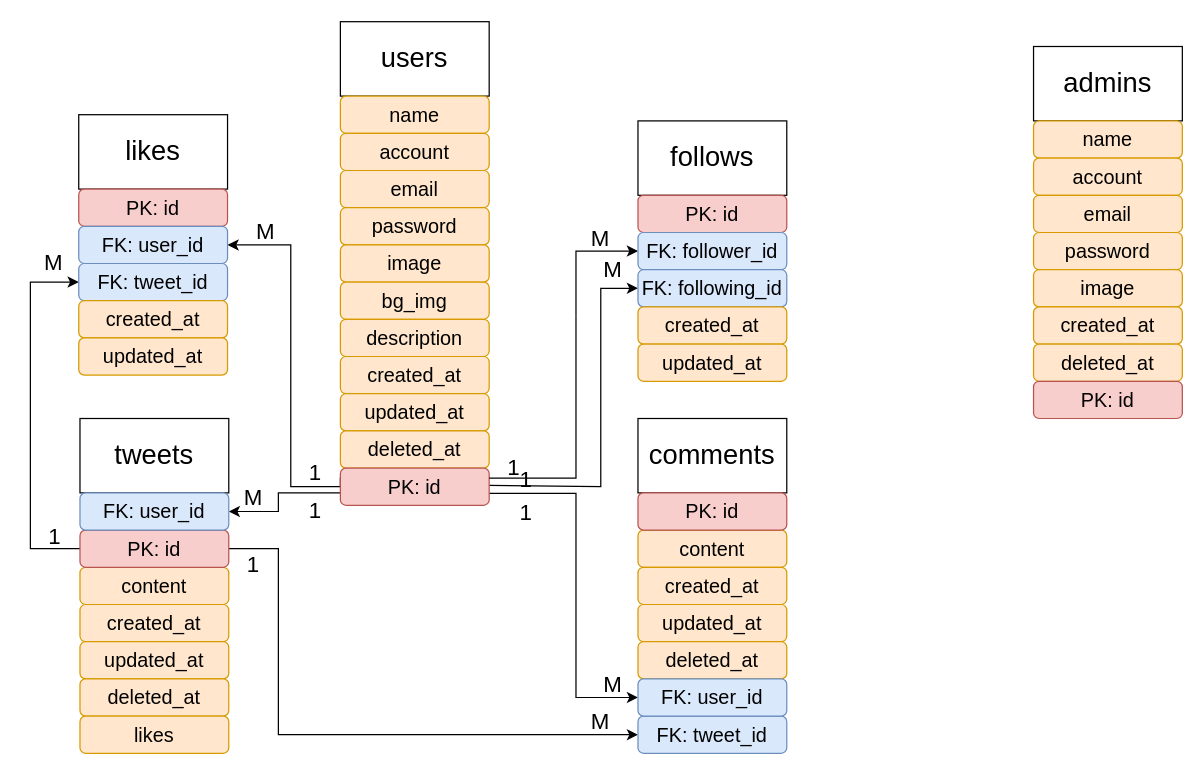
The draw.io diagram page "Simple Twitter" (1 of 3) of AC Diagram.drawio in hazelisles/hazelisles, before the edit. Source tidied: cells renumbered, new cells numbered last; positions are measured from the earlier drawing's top-left corner, leaving out a move shared by most shapes. Both pictures are drawn from the tidied source at 124%, with x=0, y=0 at pixel (29, 21).
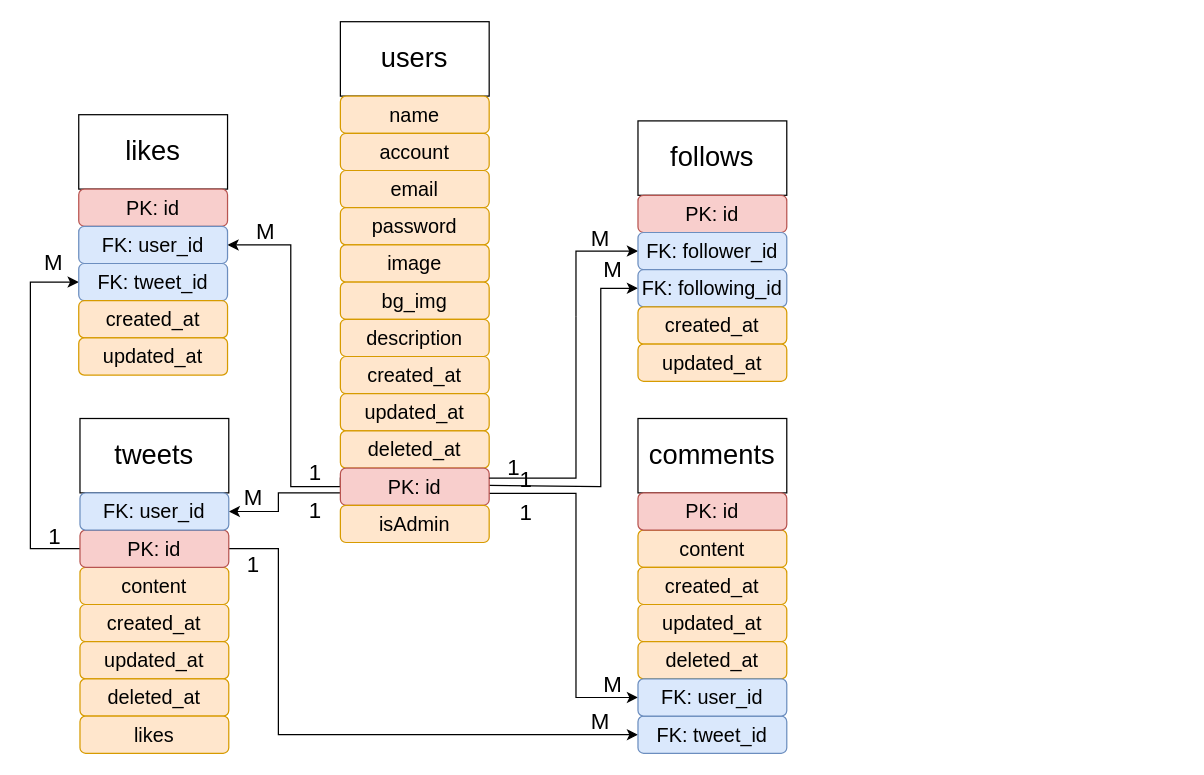
The same diagram, later.

Commit message:
Update AC simple twitter

Diff of the diagram source:
```diff
@@
-    <mxCell id="7" value="&lt;font style=&quot;font-size: 22px&quot;&gt;admins&lt;/font&gt;" style="rounded=0;whiteSpace=wrap;html=1;" parent="1" vertex="1">
-      <mxGeometry x="810" y="20" width="120" height="60" as="geometry" />
-    </mxCell>
@@
-    <mxCell id="18" value="&lt;font style=&quot;font-size: 16px&quot;&gt;name&lt;/font&gt;" style="rounded=1;whiteSpace=wrap;html=1;fillColor=#ffe6cc;strokeColor=#d79b00;" parent="1" vertex="1">
-      <mxGeometry x="810" y="80" width="120" height="30" as="geometry" />
-    </mxCell>
-    <mxCell id="19" value="&lt;font style=&quot;font-size: 16px&quot;&gt;account&lt;/font&gt;" style="rounded=1;whiteSpace=wrap;html=1;fillColor=#ffe6cc;strokeColor=#d79b00;" parent="1" vertex="1">
-      <mxGeometry x="810" y="110" width="120" height="30" as="geometry" />
-    </mxCell>
-    <mxCell id="20" value="&lt;font style=&quot;font-size: 16px&quot;&gt;email&lt;/font&gt;" style="rounded=1;whiteSpace=wrap;html=1;fillColor=#ffe6cc;strokeColor=#d79b00;" parent="1" vertex="1">
-      <mxGeometry x="810" y="140" width="120" height="30" as="geometry" />
-    </mxCell>
-    <mxCell id="21" value="&lt;font style=&quot;font-size: 16px&quot;&gt;password&lt;/font&gt;" style="rounded=1;whiteSpace=wrap;html=1;fillColor=#ffe6cc;strokeColor=#d79b00;" parent="1" vertex="1">
-      <mxGeometry x="810" y="170" width="120" height="30" as="geometry" />
-    </mxCell>
-    <mxCell id="22" value="&lt;font style=&quot;font-size: 16px&quot;&gt;image&lt;/font&gt;" style="rounded=1;whiteSpace=wrap;html=1;fillColor=#ffe6cc;strokeColor=#d79b00;" parent="1" vertex="1">
-      <mxGeometry x="810" y="200" width="120" height="30" as="geometry" />
-    </mxCell>
-    <mxCell id="23" value="&lt;font style=&quot;font-size: 16px&quot;&gt;created_at&lt;/font&gt;" style="rounded=1;whiteSpace=wrap;html=1;fillColor=#ffe6cc;strokeColor=#d79b00;" parent="1" vertex="1">
-      <mxGeometry x="810" y="230" width="120" height="30" as="geometry" />
-    </mxCell>
-    <mxCell id="24" value="&lt;font style=&quot;font-size: 16px&quot;&gt;deleted_at&lt;/font&gt;" style="rounded=1;whiteSpace=wrap;html=1;fillColor=#ffe6cc;strokeColor=#d79b00;" parent="1" vertex="1">
-      <mxGeometry x="810" y="260" width="120" height="30" as="geometry" />
-    </mxCell>
-    <mxCell id="25" value="&lt;font style=&quot;font-size: 16px&quot;&gt;PK: id&lt;/font&gt;" style="rounded=1;whiteSpace=wrap;html=1;fillColor=#f8cecc;strokeColor=#b85450;" parent="1" vertex="1">
-      <mxGeometry x="810" y="290" width="120" height="30" as="geometry" />
-    </mxCell>
@@
+    <mxCell id="73" value="&lt;font style=&quot;font-size: 16px&quot;&gt;isAdmin&lt;/font&gt;" style="rounded=1;whiteSpace=wrap;html=1;fillColor=#ffe6cc;strokeColor=#d79b00;" parent="1" vertex="1">
+      <mxGeometry x="251" y="390" width="120" height="30" as="geometry" />
+    </mxCell>
```
